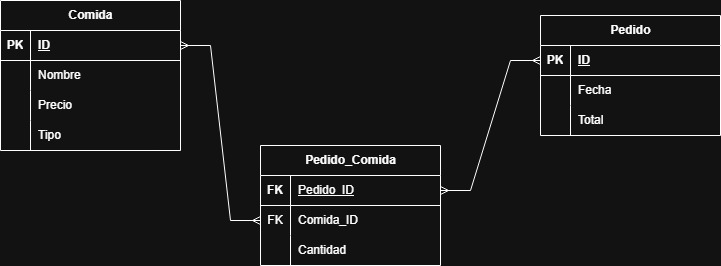
This is documentacion/DB_floresta.drawio.png from GatoHery/LaFloresta, a draw.io export, as it was before one commit. Source tidied: cells renumbered, new cells last; positions are measured from the earlier drawing's top-left corner, leaving out a move shared by most shapes.
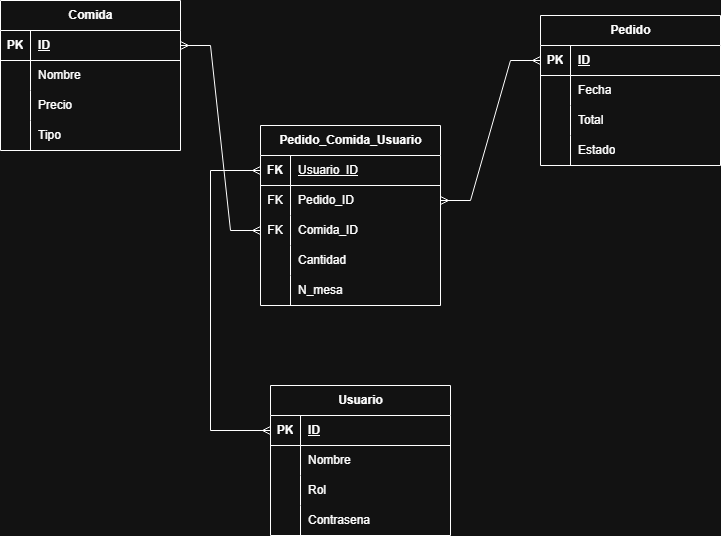
After the commit.

What changed in the source:
```diff
@@ -42,7 +42,7 @@
       <mxGeometry x="30" width="150" height="30" as="geometry" />
     </mxCell>
     <mxCell id="15" value="Pedido" style="shape=table;startSize=30;rowLines=0;fontStyle=1;align=center;html=1;" parent="1" vertex="1">
-      <mxGeometry x="540" y="15" width="180" height="120" as="geometry" />
+      <mxGeometry x="540" y="15" width="180" height="150" as="geometry" />
     </mxCell>
     <mxCell id="16" style="shape=tableRow;horizontal=0;startSize=0;swimlaneHead=0;swimlaneBody=0;fillColor=none;top=0;left=0;right=0;bottom=1;" parent="15" vertex="1">
       <mxGeometry y="30" width="180" height="30" as="geometry" />
@@ -71,8 +71,17 @@
     <mxCell id="24" value="Total" style="shape=partialRectangle;fillColor=none;top=0;left=0;bottom=0;right=0;align=left;spacingLeft=6;overflow=hidden;whiteSpace=wrap;html=1;" parent="22" vertex="1">
       <mxGeometry x="30" width="150" height="30" as="geometry" />
     </mxCell>
+    <mxCell id="37" style="shape=tableRow;horizontal=0;startSize=0;swimlaneHead=0;swimlaneBody=0;fillColor=none;top=0;left=0;right=0;bottom=0;" parent="15" vertex="1">
+      <mxGeometry y="120" width="180" height="30" as="geometry" />
+    </mxCell>
+    <mxCell id="38" style="shape=partialRectangle;fillColor=none;top=0;left=0;bottom=0;right=0;overflow=hidden;whiteSpace=wrap;html=1;" parent="37" vertex="1">
+      <mxGeometry width="30" height="30" as="geometry" />
+    </mxCell>
+    <mxCell id="39" value="Estado" style="shape=partialRectangle;fillColor=none;top=0;left=0;bottom=0;right=0;align=left;spacingLeft=6;overflow=hidden;whiteSpace=wrap;html=1;" parent="37" vertex="1">
+      <mxGeometry x="30" width="150" height="30" as="geometry" />
+    </mxCell>
-    <mxCell id="25" value="Pedido_Comida" style="shape=table;startSize=30;rowLines=0;fontStyle=1;align=center;html=1;" parent="1" vertex="1">
-      <mxGeometry x="260" y="145" width="180" height="120" as="geometry" />
+    <mxCell id="25" value="Pedido_Comida_Usuario" style="shape=table;startSize=30;rowLines=0;fontStyle=1;align=center;html=1;" parent="1" vertex="1">
+      <mxGeometry x="260" y="125" width="180" height="180" as="geometry" />
     </mxCell>
     <mxCell id="26" style="shape=tableRow;horizontal=0;startSize=0;swimlaneHead=0;swimlaneBody=0;fillColor=none;points=[[0,0.5],[1,0.5]];portConstraint=eastwest;top=0;left=0;right=0;bottom=1;" parent="25" vertex="1">
       <mxGeometry y="30" width="180" height="30" as="geometry" />
@@ -80,7 +89,7 @@
     <mxCell id="27" value="FK" style="shape=partialRectangle;fillColor=none;top=0;left=0;bottom=0;right=0;fontStyle=1;overflow=hidden;whiteSpace=wrap;html=1;" parent="26" vertex="1">
       <mxGeometry width="30" height="30" as="geometry" />
     </mxCell>
-    <mxCell id="28" value="&lt;span style=&quot;font-weight: 400;&quot;&gt;Pedido_ID&lt;/span&gt;" style="shape=partialRectangle;fillColor=none;top=0;left=0;bottom=0;right=0;align=left;spacingLeft=6;fontStyle=5;overflow=hidden;whiteSpace=wrap;html=1;" parent="26" vertex="1">
+    <mxCell id="28" value="&lt;span style=&quot;font-weight: 400;&quot;&gt;Usuario_ID&lt;/span&gt;" style="shape=partialRectangle;fillColor=none;top=0;left=0;bottom=0;right=0;align=left;spacingLeft=6;fontStyle=5;overflow=hidden;whiteSpace=wrap;html=1;" parent="26" vertex="1">
       <mxGeometry x="30" width="150" height="30" as="geometry" />
     </mxCell>
     <mxCell id="29" style="shape=tableRow;horizontal=0;startSize=0;swimlaneHead=0;swimlaneBody=0;fillColor=none;points=[[0,0.5],[1,0.5]];portConstraint=eastwest;top=0;left=0;right=0;bottom=0;" parent="25" vertex="1">
@@ -89,25 +98,90 @@
     <mxCell id="30" value="FK" style="shape=partialRectangle;fillColor=none;top=0;left=0;bottom=0;right=0;overflow=hidden;whiteSpace=wrap;html=1;" parent="29" vertex="1">
       <mxGeometry width="30" height="30" as="geometry" />
     </mxCell>
-    <mxCell id="31" value="Comida_ID" style="shape=partialRectangle;fillColor=none;top=0;left=0;bottom=0;right=0;align=left;spacingLeft=6;overflow=hidden;whiteSpace=wrap;html=1;" parent="29" vertex="1">
+    <mxCell id="31" value="Pedido_ID" style="shape=partialRectangle;fillColor=none;top=0;left=0;bottom=0;right=0;align=left;spacingLeft=6;overflow=hidden;whiteSpace=wrap;html=1;" parent="29" vertex="1">
       <mxGeometry x="30" width="150" height="30" as="geometry" />
     </mxCell>
     <mxCell id="32" style="shape=tableRow;horizontal=0;startSize=0;swimlaneHead=0;swimlaneBody=0;fillColor=none;points=[[0,0.5],[1,0.5]];portConstraint=eastwest;top=0;left=0;right=0;bottom=0;" parent="25" vertex="1">
       <mxGeometry y="90" width="180" height="30" as="geometry" />
     </mxCell>
-    <mxCell id="33" style="shape=partialRectangle;fillColor=none;top=0;left=0;bottom=0;right=0;overflow=hidden;whiteSpace=wrap;html=1;" parent="32" vertex="1">
+    <mxCell id="33" value="FK" style="shape=partialRectangle;fillColor=none;top=0;left=0;bottom=0;right=0;overflow=hidden;whiteSpace=wrap;html=1;" parent="32" vertex="1">
       <mxGeometry width="30" height="30" as="geometry" />
     </mxCell>
-    <mxCell id="34" value="Cantidad" style="shape=partialRectangle;fillColor=none;top=0;left=0;bottom=0;right=0;align=left;spacingLeft=6;overflow=hidden;whiteSpace=wrap;html=1;" parent="32" vertex="1">
+    <mxCell id="34" value="Comida_ID" style="shape=partialRectangle;fillColor=none;top=0;left=0;bottom=0;right=0;align=left;spacingLeft=6;overflow=hidden;whiteSpace=wrap;html=1;" parent="32" vertex="1">
       <mxGeometry x="30" width="150" height="30" as="geometry" />
     </mxCell>
+    <mxCell id="40" style="shape=tableRow;horizontal=0;startSize=0;swimlaneHead=0;swimlaneBody=0;fillColor=none;top=0;left=0;right=0;bottom=0;" parent="25" vertex="1">
+      <mxGeometry y="120" width="180" height="30" as="geometry" />
+    </mxCell>
+    <mxCell id="41" style="shape=partialRectangle;fillColor=none;top=0;left=0;bottom=0;right=0;overflow=hidden;whiteSpace=wrap;html=1;" parent="40" vertex="1">
+      <mxGeometry width="30" height="30" as="geometry" />
+    </mxCell>
+    <mxCell id="42" value="Cantidad" style="shape=partialRectangle;fillColor=none;top=0;left=0;bottom=0;right=0;align=left;spacingLeft=6;overflow=hidden;whiteSpace=wrap;html=1;" parent="40" vertex="1">
+      <mxGeometry x="30" width="150" height="30" as="geometry" />
+    </mxCell>
+    <mxCell id="43" style="shape=tableRow;horizontal=0;startSize=0;swimlaneHead=0;swimlaneBody=0;fillColor=none;top=0;left=0;right=0;bottom=0;" parent="25" vertex="1">
+      <mxGeometry y="150" width="180" height="30" as="geometry" />
+    </mxCell>
+    <mxCell id="44" style="shape=partialRectangle;fillColor=none;top=0;left=0;bottom=0;right=0;overflow=hidden;whiteSpace=wrap;html=1;" parent="43" vertex="1">
+      <mxGeometry width="30" height="30" as="geometry" />
+    </mxCell>
+    <mxCell id="45" value="N_mesa" style="shape=partialRectangle;fillColor=none;top=0;left=0;bottom=0;right=0;align=left;spacingLeft=6;overflow=hidden;whiteSpace=wrap;html=1;" parent="43" vertex="1">
+      <mxGeometry x="30" width="150" height="30" as="geometry" />
+    </mxCell>
-    <mxCell id="35" style="edgeStyle=entityRelationEdgeStyle;fontSize=12;html=1;endArrow=ERmany;startArrow=ERmany;rounded=0;exitX=1;exitY=0.5;exitDx=0;exitDy=0;entryX=0;entryY=0.5;entryDx=0;entryDy=0;" parent="1" edge="1" source="3" target="29">
+    <mxCell id="35" style="edgeStyle=entityRelationEdgeStyle;fontSize=12;html=1;endArrow=ERmany;startArrow=ERmany;rounded=0;exitX=1;exitY=0.5;exitDx=0;exitDy=0;entryX=0;entryY=0.5;entryDx=0;entryDy=0;" parent="1" edge="1" source="3" target="32">
       <mxGeometry relative="1" as="geometry" />
     </mxCell>
-    <mxCell id="36" style="edgeStyle=entityRelationEdgeStyle;fontSize=12;html=1;endArrow=ERmany;startArrow=ERmany;rounded=0;exitX=1;exitY=0.5;exitDx=0;exitDy=0;entryX=0;entryY=0.5;entryDx=0;entryDy=0;" parent="1" edge="1" source="26">
+    <mxCell id="36" style="edgeStyle=entityRelationEdgeStyle;fontSize=12;html=1;endArrow=ERmany;startArrow=ERmany;rounded=0;exitX=1;exitY=0.5;exitDx=0;exitDy=0;entryX=0;entryY=0.5;entryDx=0;entryDy=0;" parent="1" edge="1" source="29">
       <mxGeometry relative="1" as="geometry">
         <mxPoint x="540" y="60" as="targetPoint" />
       </mxGeometry>
     </mxCell>
+    <mxCell id="46" value="Usuario" style="shape=table;startSize=30;rowLines=0;fontStyle=1;align=center;html=1;" parent="1" vertex="1">
+      <mxGeometry x="270" y="385" width="180" height="150" as="geometry" />
+    </mxCell>
+    <mxCell id="47" style="shape=tableRow;horizontal=0;startSize=0;swimlaneHead=0;swimlaneBody=0;fillColor=none;points=[[0,0.5],[1,0.5]];portConstraint=eastwest;top=0;left=0;right=0;bottom=1;" parent="46" vertex="1">
+      <mxGeometry y="30" width="180" height="30" as="geometry" />
+    </mxCell>
+    <mxCell id="48" value="PK" style="shape=partialRectangle;fillColor=none;top=0;left=0;bottom=0;right=0;fontStyle=1;overflow=hidden;whiteSpace=wrap;html=1;" parent="47" vertex="1">
+      <mxGeometry width="30" height="30" as="geometry" />
+    </mxCell>
+    <mxCell id="49" value="ID" style="shape=partialRectangle;fillColor=none;top=0;left=0;bottom=0;right=0;align=left;spacingLeft=6;fontStyle=5;overflow=hidden;whiteSpace=wrap;html=1;" parent="47" vertex="1">
+      <mxGeometry x="30" width="150" height="30" as="geometry" />
+    </mxCell>
+    <mxCell id="50" style="shape=tableRow;horizontal=0;startSize=0;swimlaneHead=0;swimlaneBody=0;fillColor=none;top=0;left=0;right=0;bottom=0;" parent="46" vertex="1">
+      <mxGeometry y="60" width="180" height="30" as="geometry" />
+    </mxCell>
+    <mxCell id="51" style="shape=partialRectangle;fillColor=none;top=0;left=0;bottom=0;right=0;overflow=hidden;whiteSpace=wrap;html=1;" parent="50" vertex="1">
+      <mxGeometry width="30" height="30" as="geometry" />
+    </mxCell>
+    <mxCell id="52" value="Nombre" style="shape=partialRectangle;fillColor=none;top=0;left=0;bottom=0;right=0;align=left;spacingLeft=6;overflow=hidden;whiteSpace=wrap;html=1;" parent="50" vertex="1">
+      <mxGeometry x="30" width="150" height="30" as="geometry" />
+    </mxCell>
+    <mxCell id="53" style="shape=tableRow;horizontal=0;startSize=0;swimlaneHead=0;swimlaneBody=0;fillColor=none;top=0;left=0;right=0;bottom=0;" parent="46" vertex="1">
+      <mxGeometry y="90" width="180" height="30" as="geometry" />
+    </mxCell>
+    <mxCell id="54" style="shape=partialRectangle;fillColor=none;top=0;left=0;bottom=0;right=0;overflow=hidden;whiteSpace=wrap;html=1;" parent="53" vertex="1">
+      <mxGeometry width="30" height="30" as="geometry" />
+    </mxCell>
+    <mxCell id="55" value="Rol" style="shape=partialRectangle;fillColor=none;top=0;left=0;bottom=0;right=0;align=left;spacingLeft=6;overflow=hidden;whiteSpace=wrap;html=1;" parent="53" vertex="1">
+      <mxGeometry x="30" width="150" height="30" as="geometry" />
+    </mxCell>
+    <mxCell id="56" style="shape=tableRow;horizontal=0;startSize=0;swimlaneHead=0;swimlaneBody=0;fillColor=none;top=0;left=0;right=0;bottom=0;" parent="46" vertex="1">
+      <mxGeometry y="120" width="180" height="30" as="geometry" />
+    </mxCell>
+    <mxCell id="57" style="shape=partialRectangle;fillColor=none;top=0;left=0;bottom=0;right=0;overflow=hidden;whiteSpace=wrap;html=1;" parent="56" vertex="1">
+      <mxGeometry width="30" height="30" as="geometry" />
+    </mxCell>
+    <mxCell id="58" value="Contrasena" style="shape=partialRectangle;fillColor=none;top=0;left=0;bottom=0;right=0;align=left;spacingLeft=6;overflow=hidden;whiteSpace=wrap;html=1;" parent="56" vertex="1">
+      <mxGeometry x="30" width="150" height="30" as="geometry" />
+    </mxCell>
+    <mxCell id="59" style="edgeStyle=orthogonalEdgeStyle;fontSize=12;html=1;endArrow=ERmany;startArrow=ERmany;rounded=0;entryX=0;entryY=0.5;entryDx=0;entryDy=0;exitX=0;exitY=0.5;exitDx=0;exitDy=0;" parent="1" edge="1" source="47" target="26">
+      <mxGeometry relative="1" as="geometry">
+        <Array as="points">
+          <mxPoint x="210" y="430" />
+          <mxPoint x="210" y="170" />
+        </Array>
+      </mxGeometry>
+    </mxCell>
   </root>
 </mxGraphModel>
```
